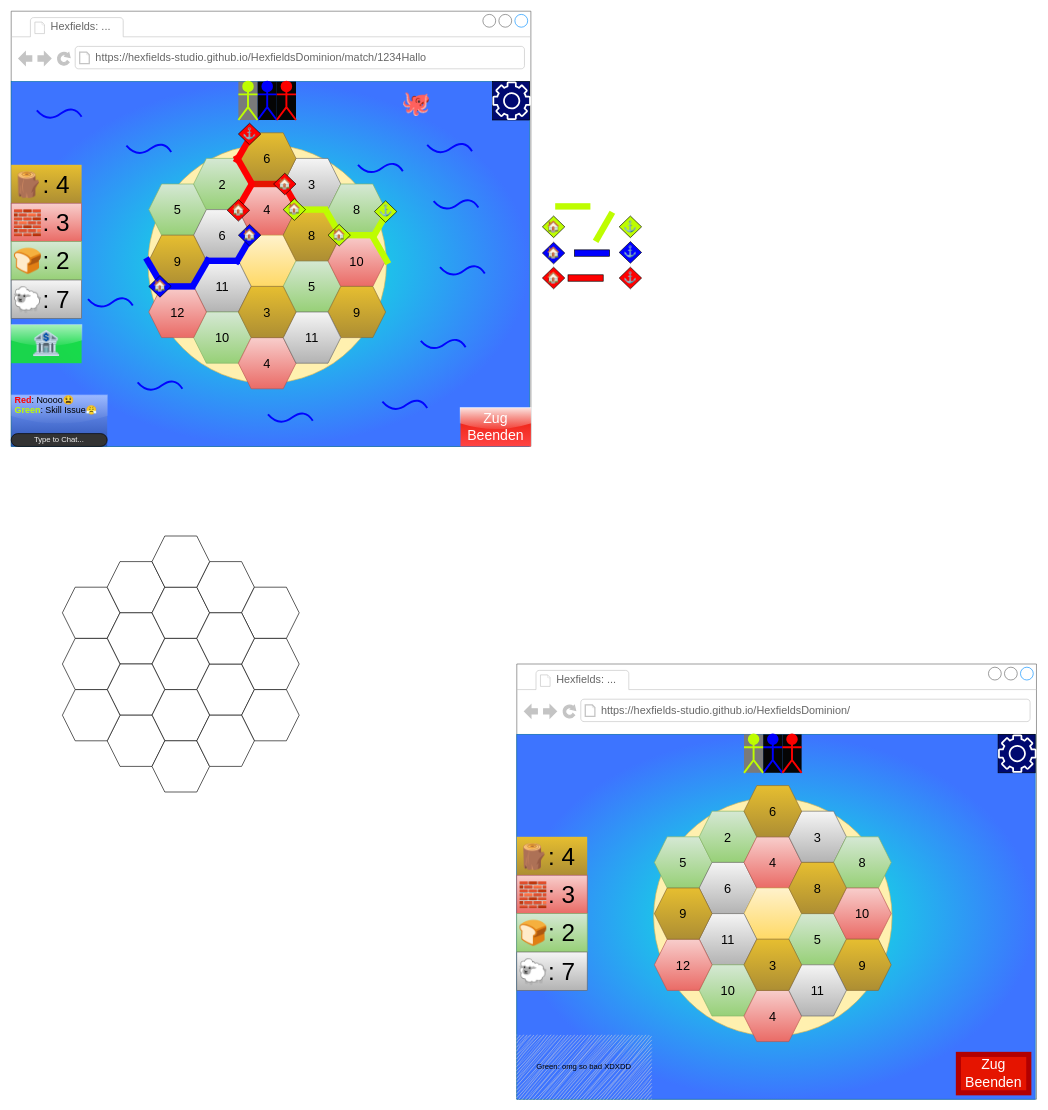
This is srs/user_interface/match_page/spielfeld/match_page.drawio from Hexfields-Studio/HexfieldsDominion-Artefacts, a draw.io file, before an edit. Source tidied: cells renumbered, new cells numbered last; positions are measured from the earlier drawing's top-left corner, leaving out a move shared by most shapes. Both pictures are drawn from the tidied source at 64%, with x=0, y=0 at pixel (11, 11).
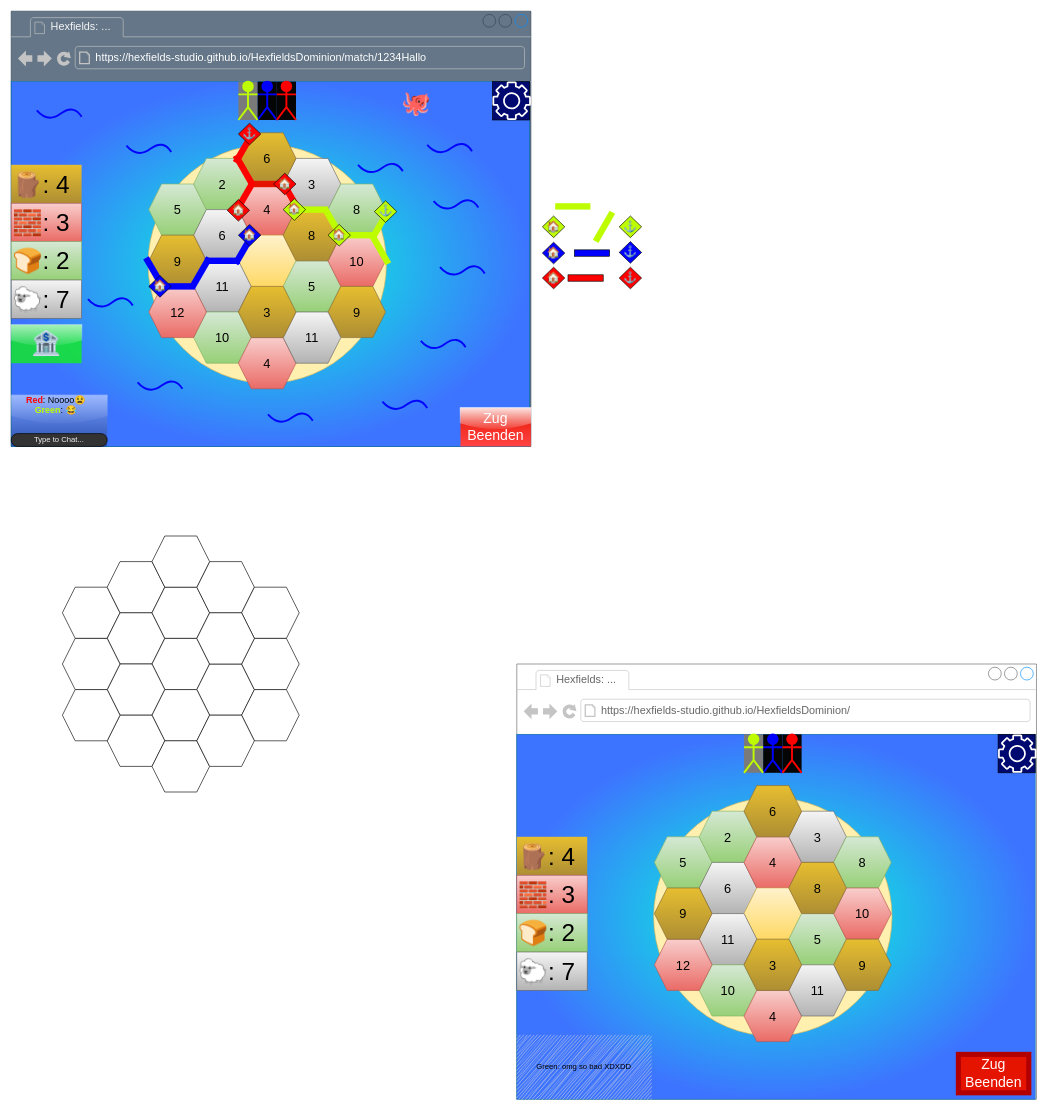
The same diagram, later.

Commit message (it also covers changes not shown here):
Dark mode besser

Change to the diagram source:
```diff
@@
-    <mxCell id="2" style="strokeWidth=1;shadow=0;dashed=0;align=center;html=1;shape=mxgraph.mockup.containers.browserWindow;rSize=0;strokeColor=none;mainText=,;rounded=0;labelBackgroundColor=none;fontFamily=Verdana;fontSize=12;strokeColor2=none;gradientColor=default;fillColor=default;gradientDirection=east;" parent="1" vertex="1">
+    <mxCell id="2" style="strokeWidth=1;shadow=0;dashed=0;align=center;html=1;shape=mxgraph.mockup.containers.browserWindow;rSize=0;strokeColor=#314354;mainText=,;rounded=0;labelBackgroundColor=none;fontFamily=Verdana;fontSize=12;strokeColor2=none;fillColor=#647687;gradientDirection=east;fontColor=#ffffff;" parent="1" vertex="1">
       <mxGeometry width="812" height="680" as="geometry" />
     </mxCell>
@@
-    <mxCell id="5" value="Hexfields: ..." style="strokeWidth=1;shadow=0;dashed=0;align=center;html=1;shape=mxgraph.mockup.containers.anchor;fontSize=17;fontColor=#666666;align=left;" parent="2" vertex="1">
+    <mxCell id="5" value="&lt;span style=&quot;color: rgb(245, 245, 245);&quot;&gt;Hexfields: ...&lt;/span&gt;" style="strokeWidth=1;shadow=0;dashed=0;align=center;html=1;shape=mxgraph.mockup.containers.anchor;fontSize=17;fontColor=#666666;align=left;fillColor=#FFFFFF;" parent="2" vertex="1">
       <mxGeometry x="60" y="12" width="110" height="26" as="geometry" />
     </mxCell>
-    <mxCell id="6" value="https://hexfields-studio.github.io/HexfieldsDominion/match/1234Hallo" style="strokeWidth=1;shadow=0;dashed=0;align=center;html=1;shape=mxgraph.mockup.containers.anchor;rSize=0;fontSize=17;fontColor=#666666;align=left;" parent="2" vertex="1">
+    <mxCell id="6" value="&lt;span style=&quot;color: rgb(255, 255, 255);&quot;&gt;https://hexfields-studio.github.io/HexfieldsDominion/match/1234Hallo&lt;/span&gt;" style="strokeWidth=1;shadow=0;dashed=0;align=center;html=1;shape=mxgraph.mockup.containers.anchor;rSize=0;fontSize=17;fontColor=#666666;align=left;" parent="2" vertex="1">
       <mxGeometry x="130" y="60" width="250" height="26" as="geometry" />
     </mxCell>
@@
-    <mxCell id="63" value="&lt;div align=&quot;left&quot;&gt;&lt;font style=&quot;font-size: 14px;&quot;&gt;&lt;span style=&quot;color: rgb(255, 0, 0);&quot;&gt;&lt;b&gt;Red&lt;/b&gt;&lt;/span&gt;: Noooo😫&lt;br&gt;&lt;/font&gt;&lt;/div&gt;&lt;font style=&quot;font-size: 14px;&quot;&gt;&lt;span style=&quot;color: rgb(190, 253, 0);&quot;&gt;&lt;b&gt;Green&lt;/b&gt;&lt;/span&gt;: Skill Issue😤&lt;/font&gt;" style="text;html=1;whiteSpace=wrap;strokeColor=none;fillColor=none;align=center;verticalAlign=middle;rounded=0;" parent="2" vertex="1">
+    <mxCell id="63" value="&lt;div align=&quot;left&quot;&gt;&lt;font style=&quot;font-size: 14px;&quot;&gt;&lt;span style=&quot;color: rgb(255, 0, 0); --darkreader-inline-color: var(--darkreader-text-ff9090, #ff7e7e);&quot;&gt;&lt;b&gt;Red&lt;/b&gt;&lt;/span&gt;: Noooo😫&lt;br&gt;&lt;/font&gt;&lt;/div&gt;&lt;font style=&quot;font-size: 14px;&quot;&gt;&lt;span style=&quot;color: rgb(190, 253, 0); --darkreader-inline-color: var(--darkreader-text-144a00, #d1cdc7);&quot;&gt;&lt;b&gt;Green&lt;/b&gt;&lt;/span&gt;: 😂&lt;/font&gt;" style="text;html=1;whiteSpace=wrap;strokeColor=none;fillColor=none;align=center;verticalAlign=middle;rounded=0;" parent="2" vertex="1">
       <mxGeometry y="600" width="140" height="30" as="geometry" />
     </mxCell>
```
